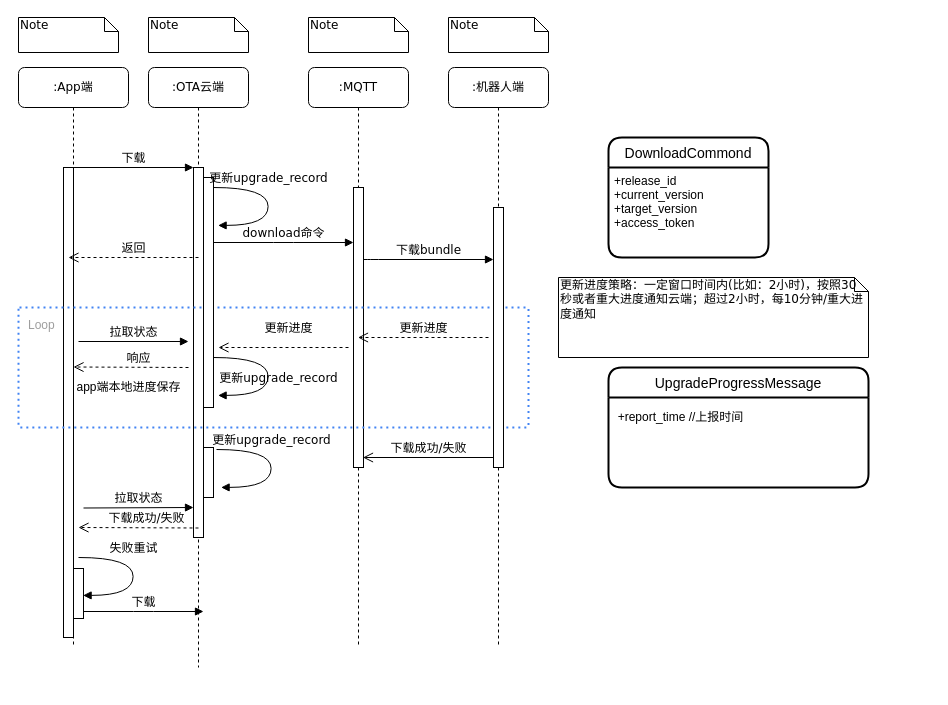
Earlier version of the draw.io diagram craft/download_flow.drawio (feihu618/drawio). Source tidied: cells renumbered, new cells numbered last; positions are measured from the earlier drawing's top-left corner, leaving out a move shared by most shapes. Both pictures are drawn from the tidied source at 100%, with x=0, y=0 at pixel (18, 17).
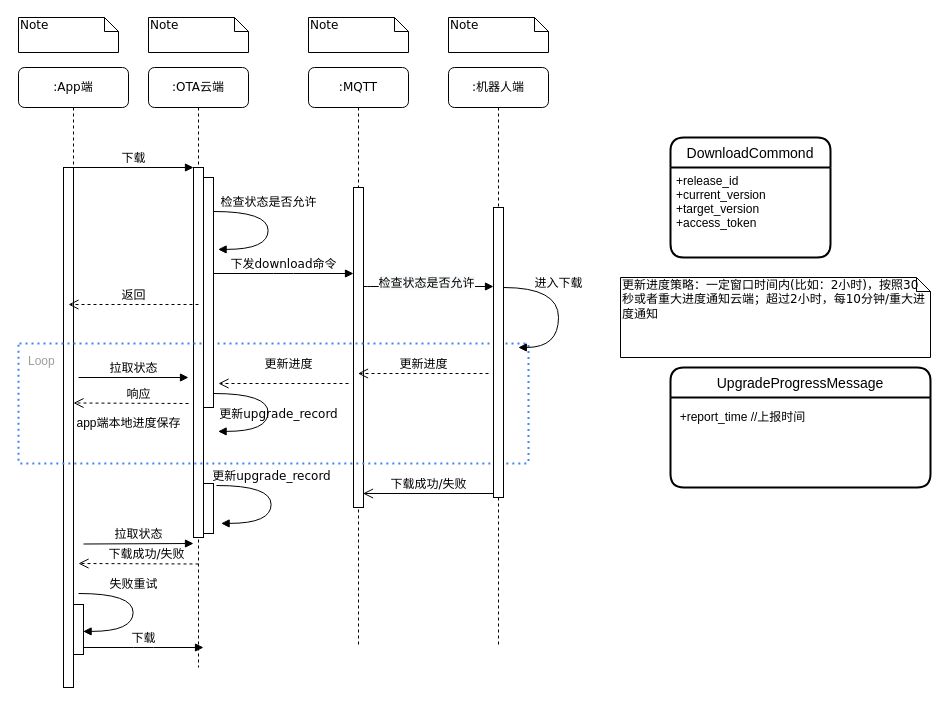
Above is the later version.

Unchanged cells that the change refers to:
```xml
<mxCell id="2" value=":OTA云端" style="shape=umlLifeline;perimeter=lifelinePerimeter;whiteSpace=wrap;html=1;rounded=1;shadow=0;comic=0;labelBackgroundColor=none;strokeWidth=1;fontFamily=Verdana;fontSize=12;align=center;" parent="1" vertex="1">
  <mxGeometry x="130" y="50" width="100" height="600" as="geometry" />
</mxCell>
<mxCell id="7" value=":MQTT" style="shape=umlLifeline;perimeter=lifelinePerimeter;whiteSpace=wrap;html=1;outlineConnect=0;rounded=1;shadow=0;comic=0;labelBackgroundColor=none;strokeWidth=1;fontFamily=Verdana;fontSize=12;align=center;" parent="1" vertex="1">
  <mxGeometry x="290" y="50" width="100" height="580" as="geometry" />
</mxCell>
```

Change to the diagram source:
```diff
@@
     <mxCell id="4" value="更新upgrade_record" style="html=1;verticalAlign=bottom;endArrow=block;labelBackgroundColor=none;fontFamily=Verdana;fontSize=12;elbow=vertical;edgeStyle=orthogonalEdgeStyle;curved=1;entryX=1;entryY=0.286;entryPerimeter=0;exitX=1.038;exitY=0.345;exitPerimeter=0;" parent="2" edge="1">
       <mxGeometry x="0.19" y="10" relative="1" as="geometry">
-        <mxPoint x="65" y="290" as="sourcePoint" />
-        <mxPoint x="69.6" y="327.9" as="targetPoint" />
+        <mxPoint x="65" y="326" as="sourcePoint" />
+        <mxPoint x="69.6" y="363.9" as="targetPoint" />
         <Array as="points">
-          <mxPoint x="119.6" y="289.9" />
-          <mxPoint x="119.6" y="327.9" />
+          <mxPoint x="119.6" y="325.9" />
+          <mxPoint x="119.6" y="363.9" />
         </Array>
       </mxGeometry>
     </mxCell>
     <mxCell id="5" style="html=1;perimeter=orthogonalPerimeter;rounded=0;shadow=0;comic=0;labelBackgroundColor=none;strokeWidth=1;fontFamily=Verdana;fontSize=12;align=center;" parent="2" vertex="1">
-      <mxGeometry x="55" y="380" width="10" height="50" as="geometry" />
+      <mxGeometry x="55" y="416" width="10" height="50" as="geometry" />
     </mxCell>
     <mxCell id="6" value="拉取状态" style="html=1;verticalAlign=bottom;endArrow=block;entryX=0;entryY=0;labelBackgroundColor=none;fontFamily=Verdana;fontSize=12;edgeStyle=elbowEdgeStyle;elbow=vertical;" parent="2" edge="1">
       <mxGeometry relative="1" as="geometry">
-        <mxPoint x="-65" y="440.5" as="sourcePoint" />
-        <mxPoint x="45" y="440" as="targetPoint" />
+        <mxPoint x="-65" y="476.5" as="sourcePoint" />
+        <mxPoint x="45" y="476" as="targetPoint" />
         <Array as="points">
-          <mxPoint x="-80" y="440" />
+          <mxPoint x="-80" y="476" />
         </Array>
       </mxGeometry>
     </mxCell>
@@
     <mxCell id="8" style="html=1;perimeter=orthogonalPerimeter;rounded=0;shadow=0;comic=0;labelBackgroundColor=none;strokeWidth=1;fontFamily=Verdana;fontSize=12;align=center;" parent="7" vertex="1">
-      <mxGeometry x="45" y="120" width="10" height="280" as="geometry" />
+      <mxGeometry x="45" y="120" width="10" height="320" as="geometry" />
     </mxCell>
@@
     <mxCell id="10" value=":App端" style="shape=umlLifeline;perimeter=lifelinePerimeter;whiteSpace=wrap;html=1;rounded=1;shadow=0;comic=0;labelBackgroundColor=none;strokeWidth=1;fontFamily=Verdana;fontSize=12;align=center;" parent="1" vertex="1">
-      <mxGeometry y="50" width="110" height="580" as="geometry" />
+      <mxGeometry y="50" width="110" height="620" as="geometry" />
     </mxCell>
     <mxCell id="11" style="html=1;points=[];perimeter=orthogonalPerimeter;rounded=0;shadow=0;comic=0;labelBackgroundColor=none;strokeWidth=1;fontFamily=Verdana;fontSize=12;align=center;" parent="10" vertex="1">
-      <mxGeometry x="45" y="100" width="10" height="470" as="geometry" />
+      <mxGeometry x="45" y="100" width="10" height="520" as="geometry" />
     </mxCell>
     <mxCell id="12" value="Loop" style="rounded=1;absoluteArcSize=1;arcSize=2;html=1;strokeColor=#33FF99;gradientColor=none;shadow=0;dashed=1;strokeColor=#4284F3;fontSize=12;fontColor=#9E9E9E;align=left;verticalAlign=top;spacing=10;spacingTop=-4;fillColor=none;dashPattern=1 2;strokeWidth=2;" parent="10" vertex="1">
-      <mxGeometry y="240" width="510" height="120" as="geometry" />
+      <mxGeometry y="276" width="510" height="120" as="geometry" />
     </mxCell>
     <mxCell id="13" value="响应" style="html=1;verticalAlign=bottom;endArrow=open;dashed=1;endSize=8;labelBackgroundColor=none;fontFamily=Verdana;fontSize=12;" parent="10" edge="1">
       <mxGeometry x="-0.13" relative="1" as="geometry">
-        <mxPoint x="170" y="300" as="sourcePoint" />
-        <mxPoint x="55" y="299.5" as="targetPoint" />
+        <mxPoint x="170" y="336" as="sourcePoint" />
+        <mxPoint x="55" y="335.5" as="targetPoint" />
       </mxGeometry>
     </mxCell>
     <mxCell id="14" value="app端本地进度保存" style="text;html=1;align=center;verticalAlign=middle;fillColor=none;strokeColor=none;rounded=0;" parent="10" vertex="1">
-      <mxGeometry x="50" y="310" width="120" height="20" as="geometry" />
+      <mxGeometry x="50" y="346" width="120" height="20" as="geometry" />
     </mxCell>
     <mxCell id="15" style="html=1;perimeter=orthogonalPerimeter;rounded=0;shadow=0;comic=0;labelBackgroundColor=none;strokeWidth=1;fontFamily=Verdana;fontSize=12;align=center;" parent="10" vertex="1">
-      <mxGeometry x="55" y="501" width="10" height="50" as="geometry" />
+      <mxGeometry x="55" y="537" width="10" height="50" as="geometry" />
     </mxCell>
     <mxCell id="16" style="html=1;perimeter=orthogonalPerimeter;rounded=0;shadow=0;comic=0;labelBackgroundColor=none;strokeWidth=1;fontFamily=Verdana;fontSize=12;align=center;" parent="1" vertex="1">
-      <mxGeometry x="475" y="190" width="10" height="260" as="geometry" />
+      <mxGeometry x="475" y="190" width="10" height="290" as="geometry" />
     </mxCell>
-    <mxCell id="17" value="下载bundle" style="html=1;verticalAlign=bottom;endArrow=block;labelBackgroundColor=none;fontFamily=Verdana;fontSize=12;edgeStyle=elbowEdgeStyle;elbow=vertical;" parent="1" edge="1">
+    <mxCell id="17" style="html=1;verticalAlign=bottom;endArrow=block;labelBackgroundColor=none;fontFamily=Verdana;fontSize=12;edgeStyle=elbowEdgeStyle;elbow=vertical;" parent="1" edge="1">
       <mxGeometry relative="1" as="geometry">
-        <mxPoint x="345" y="242" as="sourcePoint" />
-        <mxPoint x="475" y="242" as="targetPoint" />
+        <mxPoint x="345" y="269" as="sourcePoint" />
+        <mxPoint x="475" y="269" as="targetPoint" />
         <Array as="points">
-          <mxPoint x="350" y="242" />
+          <mxPoint x="350" y="269" />
         </Array>
       </mxGeometry>
     </mxCell>
+    <mxCell id="41" value="&lt;span style=&quot;font-family: Verdana; font-size: 12px; background-color: rgb(248, 249, 250);&quot;&gt;检查状态是否允许&lt;/span&gt;" style="edgeLabel;html=1;align=center;verticalAlign=middle;" parent="17" vertex="1">
+      <mxGeometry x="-0.05" y="4" relative="1" as="geometry" />
+    </mxCell>
@@
-    <mxCell id="19" value="download命令" style="html=1;verticalAlign=bottom;endArrow=block;entryX=0;entryY=0;labelBackgroundColor=none;fontFamily=Verdana;fontSize=12;edgeStyle=elbowEdgeStyle;elbow=vertical;startArrow=none;" parent="1" edge="1">
+    <mxCell id="19" value="下发download命令" style="html=1;verticalAlign=bottom;endArrow=block;entryX=0;entryY=0;labelBackgroundColor=none;fontFamily=Verdana;fontSize=12;edgeStyle=elbowEdgeStyle;elbow=vertical;startArrow=none;" parent="1" edge="1">
       <mxGeometry relative="1" as="geometry">
-        <mxPoint x="195" y="225" as="sourcePoint" />
-        <mxPoint x="335" y="225" as="targetPoint" />
+        <mxPoint x="195" y="256" as="sourcePoint" />
+        <mxPoint x="335" y="256" as="targetPoint" />
       </mxGeometry>
     </mxCell>
@@
-    <mxCell id="26" value="更新upgrade_record" style="html=1;verticalAlign=bottom;endArrow=block;labelBackgroundColor=none;fontFamily=Verdana;fontSize=12;elbow=vertical;edgeStyle=orthogonalEdgeStyle;curved=1;entryX=1;entryY=0.286;entryPerimeter=0;exitX=1.038;exitY=0.345;exitPerimeter=0;" parent="1" edge="1">
+    <mxCell id="26" value="检查状态是否允许" style="html=1;verticalAlign=bottom;endArrow=block;labelBackgroundColor=none;fontFamily=Verdana;fontSize=12;elbow=vertical;edgeStyle=orthogonalEdgeStyle;curved=1;entryX=1;entryY=0.286;entryPerimeter=0;exitX=1.038;exitY=0.345;exitPerimeter=0;" parent="1" edge="1">
       <mxGeometry x="-0.23" relative="1" as="geometry">
-        <mxPoint x="195" y="170" as="sourcePoint" />
-        <mxPoint x="199.6" y="207.9" as="targetPoint" />
+        <mxPoint x="195" y="194" as="sourcePoint" />
+        <mxPoint x="199.6" y="231.9" as="targetPoint" />
         <Array as="points">
-          <mxPoint x="249.6" y="169.9" />
-          <mxPoint x="249.6" y="207.9" />
+          <mxPoint x="249.6" y="193.9" />
+          <mxPoint x="249.6" y="231.9" />
         </Array>
       </mxGeometry>
     </mxCell>
-    <mxCell id="27" value="更新进度" style="html=1;verticalAlign=bottom;endArrow=open;dashed=1;endSize=8;labelBackgroundColor=none;fontFamily=Verdana;fontSize=12;" parent="1" edge="1" target="7">
+    <mxCell id="27" value="更新进度" style="html=1;verticalAlign=bottom;endArrow=open;dashed=1;endSize=8;labelBackgroundColor=none;fontFamily=Verdana;fontSize=12;" parent="1" edge="1">
       <mxGeometry relative="1" as="geometry">
-        <mxPoint x="470" y="320" as="sourcePoint" />
+        <mxPoint x="470" y="356" as="sourcePoint" />
+        <mxPoint x="339.5" y="356" as="targetPoint" />
       </mxGeometry>
     </mxCell>
     <mxCell id="28" value="更新进度" style="html=1;verticalAlign=bottom;endArrow=open;dashed=1;endSize=8;labelBackgroundColor=none;fontFamily=Verdana;fontSize=12;" parent="1" edge="1">
       <mxGeometry x="-0.08" y="-10" relative="1" as="geometry">
-        <mxPoint x="330" y="330" as="sourcePoint" />
-        <mxPoint x="200" y="330" as="targetPoint" />
+        <mxPoint x="330" y="366" as="sourcePoint" />
+        <mxPoint x="200" y="366" as="targetPoint" />
       </mxGeometry>
     </mxCell>
     <mxCell id="29" value="更新进度策略：一定窗口时间内(比如：2小时)，按照30秒或者重大进度通知云端；超过2小时，每10分钟/重大进度通知" style="shape=note;whiteSpace=wrap;html=1;size=14;verticalAlign=top;align=left;spacingTop=-6;rounded=0;shadow=0;comic=0;labelBackgroundColor=none;strokeWidth=1;fontFamily=Verdana;fontSize=12;" parent="1" vertex="1">
-      <mxGeometry x="540" y="260" width="310" height="80" as="geometry" />
+      <mxGeometry x="602" y="260" width="310" height="80" as="geometry" />
     </mxCell>
     <mxCell id="30" value="返回" style="html=1;verticalAlign=bottom;endArrow=open;dashed=1;endSize=8;labelBackgroundColor=none;fontFamily=Verdana;fontSize=12;" parent="1" edge="1">
       <mxGeometry relative="1" as="geometry">
-        <mxPoint x="180" y="240" as="sourcePoint" />
-        <mxPoint x="50" y="240" as="targetPoint" />
+        <mxPoint x="180" y="287" as="sourcePoint" />
+        <mxPoint x="50" y="287" as="targetPoint" />
       </mxGeometry>
     </mxCell>
     <mxCell id="31" value="拉取状态" style="html=1;verticalAlign=bottom;endArrow=block;entryX=0;entryY=0;labelBackgroundColor=none;fontFamily=Verdana;fontSize=12;edgeStyle=elbowEdgeStyle;elbow=vertical;" parent="1" edge="1">
       <mxGeometry relative="1" as="geometry">
-        <mxPoint x="60" y="324" as="sourcePoint" />
-        <mxPoint x="170" y="323.5" as="targetPoint" />
+        <mxPoint x="60" y="360" as="sourcePoint" />
+        <mxPoint x="170" y="359.5" as="targetPoint" />
       </mxGeometry>
     </mxCell>
     <mxCell id="32" value="下载成功/失败" style="html=1;verticalAlign=bottom;endArrow=open;endSize=8;labelBackgroundColor=none;fontFamily=Verdana;fontSize=12;" parent="1" edge="1">
       <mxGeometry relative="1" as="geometry">
-        <mxPoint x="475" y="440" as="sourcePoint" />
-        <mxPoint x="344.5" y="440" as="targetPoint" />
+        <mxPoint x="475" y="476" as="sourcePoint" />
+        <mxPoint x="344.5" y="476" as="targetPoint" />
       </mxGeometry>
     </mxCell>
     <mxCell id="33" value="下载成功/失败" style="html=1;verticalAlign=bottom;endArrow=open;dashed=1;endSize=8;labelBackgroundColor=none;fontFamily=Verdana;fontSize=12;" parent="1" edge="1">
       <mxGeometry x="-0.13" relative="1" as="geometry">
-        <mxPoint x="180" y="510.5" as="sourcePoint" />
-        <mxPoint x="60" y="510" as="targetPoint" />
+        <mxPoint x="180" y="546.5" as="sourcePoint" />
+        <mxPoint x="60" y="546" as="targetPoint" />
       </mxGeometry>
     </mxCell>
     <mxCell id="34" value="更新upgrade_record" style="html=1;verticalAlign=bottom;endArrow=block;labelBackgroundColor=none;fontFamily=Verdana;fontSize=12;elbow=vertical;edgeStyle=orthogonalEdgeStyle;curved=1;entryX=1;entryY=0.286;entryPerimeter=0;exitX=1.038;exitY=0.345;exitPerimeter=0;" parent="1" edge="1">
       <mxGeometry x="-0.23" relative="1" as="geometry">
-        <mxPoint x="198" y="432" as="sourcePoint" />
-        <mxPoint x="202.6" y="469.9" as="targetPoint" />
+        <mxPoint x="198" y="468" as="sourcePoint" />
+        <mxPoint x="202.6" y="505.9" as="targetPoint" />
         <Array as="points">
-          <mxPoint x="252.6" y="431.9" />
-          <mxPoint x="252.6" y="469.9" />
+          <mxPoint x="252.6" y="467.9" />
+          <mxPoint x="252.6" y="505.9" />
         </Array>
       </mxGeometry>
     </mxCell>
     <mxCell id="35" value="失败重试" style="html=1;verticalAlign=bottom;endArrow=block;labelBackgroundColor=none;fontFamily=Verdana;fontSize=12;elbow=vertical;edgeStyle=orthogonalEdgeStyle;curved=1;entryX=1;entryY=0.286;entryPerimeter=0;exitX=1.038;exitY=0.345;exitPerimeter=0;" parent="1" edge="1">
       <mxGeometry x="-0.23" relative="1" as="geometry">
-        <mxPoint x="60" y="540" as="sourcePoint" />
-        <mxPoint x="64.6" y="577.9" as="targetPoint" />
+        <mxPoint x="60" y="576" as="sourcePoint" />
+        <mxPoint x="64.6" y="613.9" as="targetPoint" />
         <Array as="points">
-          <mxPoint x="114.6" y="539.9" />
-          <mxPoint x="114.6" y="577.9" />
+          <mxPoint x="114.6" y="575.9" />
+          <mxPoint x="114.6" y="613.9" />
         </Array>
       </mxGeometry>
     </mxCell>
     <mxCell id="36" value="下载" style="html=1;verticalAlign=bottom;endArrow=block;entryX=0;entryY=0;labelBackgroundColor=none;fontFamily=Verdana;fontSize=12;edgeStyle=elbowEdgeStyle;elbow=vertical;" parent="1" edge="1">
       <mxGeometry relative="1" as="geometry">
-        <mxPoint x="65" y="594" as="sourcePoint" />
-        <mxPoint x="185" y="594" as="targetPoint" />
+        <mxPoint x="65" y="630" as="sourcePoint" />
+        <mxPoint x="185" y="630" as="targetPoint" />
       </mxGeometry>
     </mxCell>
     <mxCell id="37" value="DownloadCommond" style="swimlane;horizontal=1;startSize=30;rounded=1;fontSize=14;fontStyle=0;strokeWidth=2;shadow=0;dashed=0;align=center;" parent="1" vertex="1">
-      <mxGeometry x="590" y="120" width="160" height="120" as="geometry" />
+      <mxGeometry x="652" y="120" width="160" height="120" as="geometry" />
     </mxCell>
@@
     <mxCell id="39" value="UpgradeProgressMessage" style="swimlane;horizontal=1;startSize=30;rounded=1;fontSize=14;fontStyle=0;strokeWidth=2;shadow=0;dashed=0;align=center;" parent="1" vertex="1">
-      <mxGeometry x="590" y="350" width="260" height="120" as="geometry" />
+      <mxGeometry x="652" y="350" width="260" height="120" as="geometry" />
     </mxCell>
     <mxCell id="40" value="&lt;span style=&quot;text-align: left;&quot;&gt;+report_time //上报时间&lt;/span&gt;" style="text;html=1;align=center;verticalAlign=middle;strokeColor=none;fillColor=none;" parent="1" vertex="1">
-      <mxGeometry x="592" y="390" width="140" height="20" as="geometry" />
+      <mxGeometry x="654" y="390" width="140" height="20" as="geometry" />
     </mxCell>
+    <mxCell id="42" value="进入下载" style="html=1;verticalAlign=bottom;endArrow=block;labelBackgroundColor=none;fontFamily=Verdana;fontSize=12;elbow=vertical;edgeStyle=orthogonalEdgeStyle;curved=1;exitX=1.038;exitY=0.345;exitPerimeter=0;entryX=0.98;entryY=0.033;entryDx=0;entryDy=0;entryPerimeter=0;" parent="1" edge="1" target="12">
+      <mxGeometry x="-0.23" relative="1" as="geometry">
+        <mxPoint x="485" y="270" as="sourcePoint" />
+        <Array as="points">
+          <mxPoint x="540" y="270" />
+          <mxPoint x="540" y="330" />
+        </Array>
+      </mxGeometry>
+    </mxCell>
```
